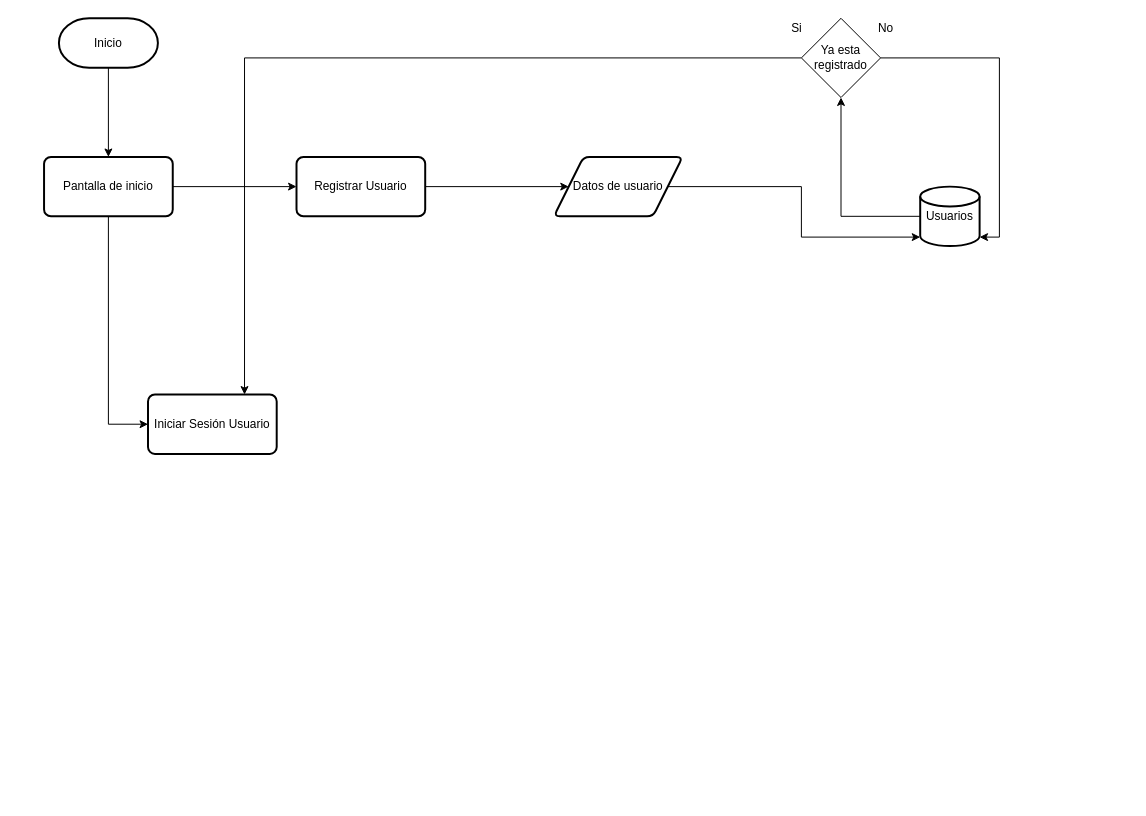
Above: DiagramAppKaiser.drawio in LeoRami99/DiagramasKaiserApp (draw.io), before the change. Source tidied: cells renumbered, new cells numbered last; positions are measured from the earlier drawing's top-left corner, leaving out a move shared by most shapes. Both pictures are drawn from the tidied source at 99%, with x=0, y=0 at pixel (44, 18).
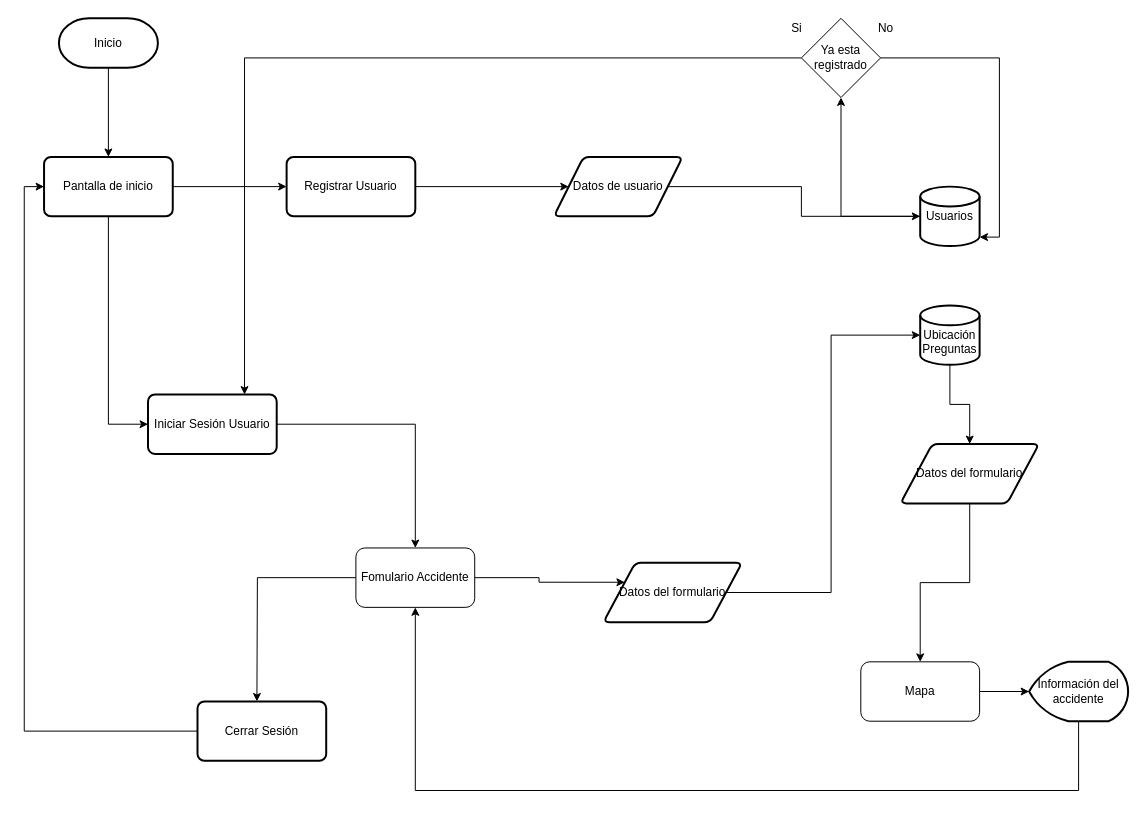
The same diagram, later.

Unchanged cells that the change refers to:
```xml
<mxCell id="6" value="Pantalla de inicio" style="rounded=1;whiteSpace=wrap;html=1;absoluteArcSize=1;arcSize=14;strokeWidth=2;" parent="1" vertex="1">
  <mxGeometry y="140" width="130" height="60" as="geometry" />
</mxCell>
<mxCell id="9" value="Iniciar Sesión Usuario" style="rounded=1;whiteSpace=wrap;html=1;absoluteArcSize=1;arcSize=14;strokeWidth=2;" parent="1" vertex="1">
  <mxGeometry x="105" y="380" width="130" height="60" as="geometry" />
</mxCell>
<mxCell id="11" value="Usuarios" style="strokeWidth=2;html=1;shape=mxgraph.flowchart.database;whiteSpace=wrap;" parent="1" vertex="1">
  <mxGeometry x="885" y="170" width="60" height="60" as="geometry" />
</mxCell>
<mxCell id="18" value="Datos de usuario" style="shape=parallelogram;html=1;strokeWidth=2;perimeter=parallelogramPerimeter;whiteSpace=wrap;rounded=1;arcSize=12;size=0.23;" parent="1" vertex="1">
  <mxGeometry x="515" y="140" width="130" height="60" as="geometry" />
</mxCell>
```

The edit, as a diff of the source:
```diff
@@
     <mxCell id="8" value="Registrar Usuario" style="rounded=1;whiteSpace=wrap;html=1;absoluteArcSize=1;arcSize=14;strokeWidth=2;" parent="1" vertex="1">
-      <mxGeometry x="255" y="140" width="130" height="60" as="geometry" />
+      <mxGeometry x="245" y="140" width="130" height="60" as="geometry" />
     </mxCell>
+    <mxCell id="19" style="edgeStyle=orthogonalEdgeStyle;rounded=0;jettySize=auto;html=1;" parent="1" edge="1" source="9" target="22">
+      <mxGeometry relative="1" as="geometry" />
+    </mxCell>
@@
-    <mxCell id="17" style="edgeStyle=orthogonalEdgeStyle;rounded=0;jettySize=auto;html=1;entryX=0;entryY=0.85;entryDx=0;entryDy=0;entryPerimeter=0;" parent="1" edge="1" source="18" target="11">
+    <mxCell id="17" style="edgeStyle=orthogonalEdgeStyle;rounded=0;jettySize=auto;html=1;" parent="1" edge="1" source="18" target="11">
       <mxGeometry relative="1" as="geometry" />
     </mxCell>
@@
+    <mxCell id="20" style="edgeStyle=orthogonalEdgeStyle;rounded=0;jettySize=auto;html=1;" parent="1" edge="1" source="22">
+      <mxGeometry relative="1" as="geometry">
+        <mxPoint x="215" y="690" as="targetPoint" />
+      </mxGeometry>
+    </mxCell>
+    <mxCell id="21" style="edgeStyle=orthogonalEdgeStyle;rounded=0;jettySize=auto;html=1;entryX=0;entryY=0.25;entryDx=0;entryDy=0;" parent="1" edge="1" source="22" target="24">
+      <mxGeometry relative="1" as="geometry">
+        <Array as="points">
+          <mxPoint x="500" y="565" />
+          <mxPoint x="500" y="570" />
+        </Array>
+      </mxGeometry>
+    </mxCell>
+    <mxCell id="22" value="Fomulario Accidente" style="rounded=1;whiteSpace=wrap;html=1;" parent="1" vertex="1">
+      <mxGeometry x="315" y="535" width="120" height="60" as="geometry" />
+    </mxCell>
+    <mxCell id="23" style="edgeStyle=orthogonalEdgeStyle;rounded=0;jettySize=auto;html=1;entryX=0;entryY=0.5;entryDx=0;entryDy=0;entryPerimeter=0;" parent="1" edge="1" source="24" target="26">
+      <mxGeometry relative="1" as="geometry" />
+    </mxCell>
+    <mxCell id="24" value="Datos del formulario" style="shape=parallelogram;html=1;strokeWidth=2;perimeter=parallelogramPerimeter;whiteSpace=wrap;rounded=1;arcSize=12;size=0.23;" parent="1" vertex="1">
+      <mxGeometry x="565" y="550" width="140" height="60" as="geometry" />
+    </mxCell>
+    <mxCell id="25" style="edgeStyle=orthogonalEdgeStyle;rounded=0;jettySize=auto;html=1;entryX=0.5;entryY=0;entryDx=0;entryDy=0;" parent="1" edge="1" source="26" target="30">
+      <mxGeometry relative="1" as="geometry" />
+    </mxCell>
+    <mxCell id="26" value="&lt;br&gt;&lt;div&gt;Ubicación&lt;/div&gt;Preguntas" style="strokeWidth=2;html=1;shape=mxgraph.flowchart.database;whiteSpace=wrap;" parent="1" vertex="1">
+      <mxGeometry x="885" y="290" width="60" height="60" as="geometry" />
+    </mxCell>
+    <mxCell id="27" style="edgeStyle=orthogonalEdgeStyle;rounded=0;jettySize=auto;html=1;exitX=1;exitY=0.5;exitDx=0;exitDy=0;entryX=0;entryY=0.5;entryDx=0;entryDy=0;entryPerimeter=0;" parent="1" edge="1" source="28" target="32">
+      <mxGeometry relative="1" as="geometry" />
+    </mxCell>
+    <mxCell id="28" value="Mapa" style="rounded=1;whiteSpace=wrap;html=1;" parent="1" vertex="1">
+      <mxGeometry x="825" y="650" width="120" height="60" as="geometry" />
+    </mxCell>
+    <mxCell id="29" style="edgeStyle=orthogonalEdgeStyle;rounded=0;jettySize=auto;html=1;" parent="1" edge="1" source="30" target="28">
+      <mxGeometry relative="1" as="geometry" />
+    </mxCell>
+    <mxCell id="30" value="Datos del formulario" style="shape=parallelogram;html=1;strokeWidth=2;perimeter=parallelogramPerimeter;whiteSpace=wrap;rounded=1;arcSize=12;size=0.23;" parent="1" vertex="1">
+      <mxGeometry x="865" y="430" width="140" height="60" as="geometry" />
+    </mxCell>
+    <mxCell id="31" style="edgeStyle=orthogonalEdgeStyle;rounded=0;jettySize=auto;html=1;entryX=0.5;entryY=1;entryDx=0;entryDy=0;" parent="1" edge="1" source="32" target="22">
+      <mxGeometry relative="1" as="geometry">
+        <Array as="points">
+          <mxPoint x="1045" y="780" />
+          <mxPoint x="375" y="780" />
+        </Array>
+      </mxGeometry>
+    </mxCell>
+    <mxCell id="32" value="Información del accidente" style="strokeWidth=2;html=1;shape=mxgraph.flowchart.display;whiteSpace=wrap;" parent="1" vertex="1">
+      <mxGeometry x="995" y="650" width="100" height="60" as="geometry" />
+    </mxCell>
+    <mxCell id="33" style="edgeStyle=orthogonalEdgeStyle;rounded=0;jettySize=auto;html=1;entryX=0;entryY=0.5;entryDx=0;entryDy=0;" parent="1" edge="1" source="34" target="6">
+      <mxGeometry relative="1" as="geometry" />
+    </mxCell>
+    <mxCell id="34" value="Cerrar Sesión" style="rounded=1;whiteSpace=wrap;html=1;absoluteArcSize=1;arcSize=14;strokeWidth=2;" parent="1" vertex="1">
+      <mxGeometry x="155" y="690" width="130" height="60" as="geometry" />
+    </mxCell>
```
